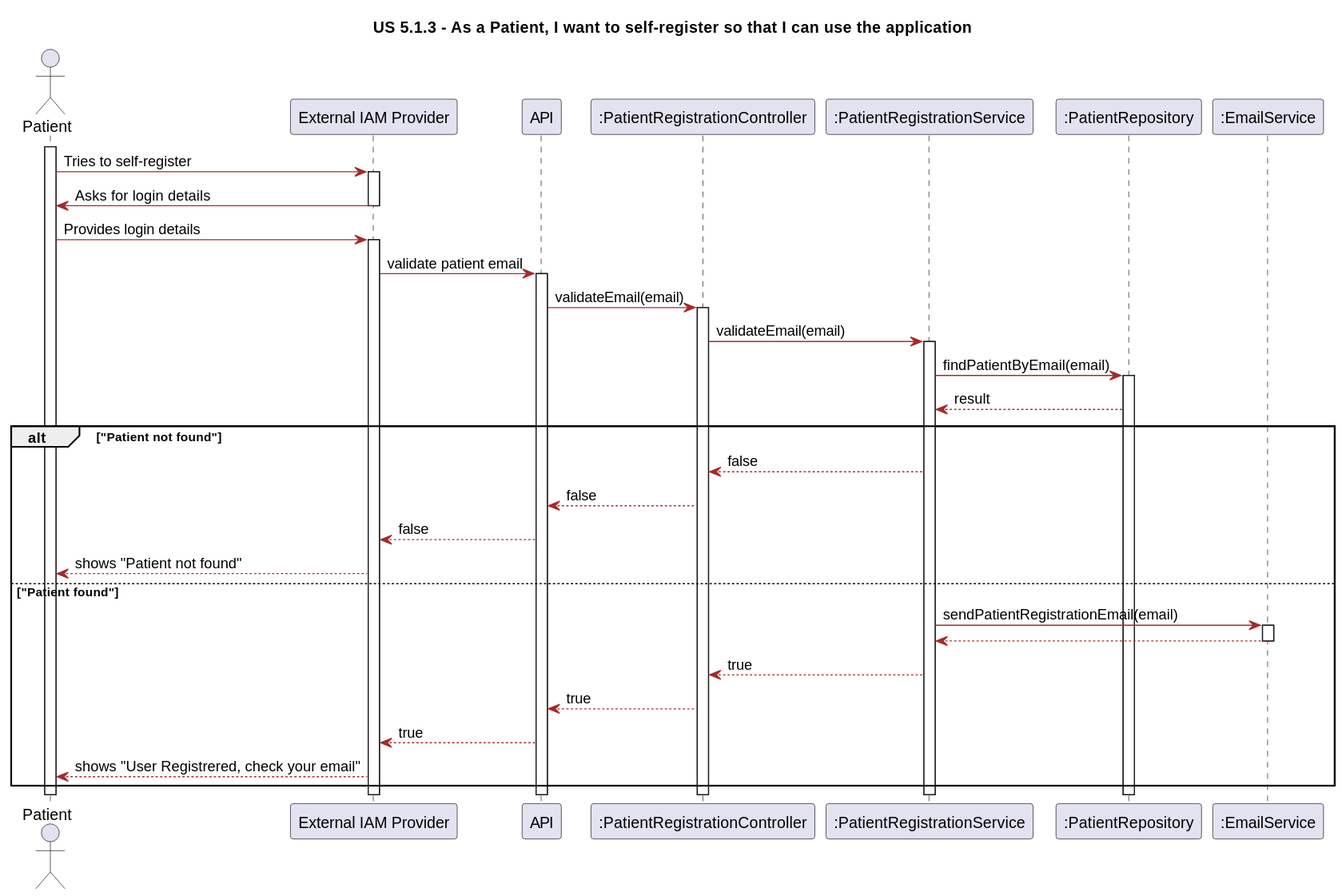
The PlantUML diagram Docs/Sprint1/UserStories/LAPR5/us513/design/svg/sequence-diagram.svg in LAPR5-043/sem_5_24_25_043, before a commit.
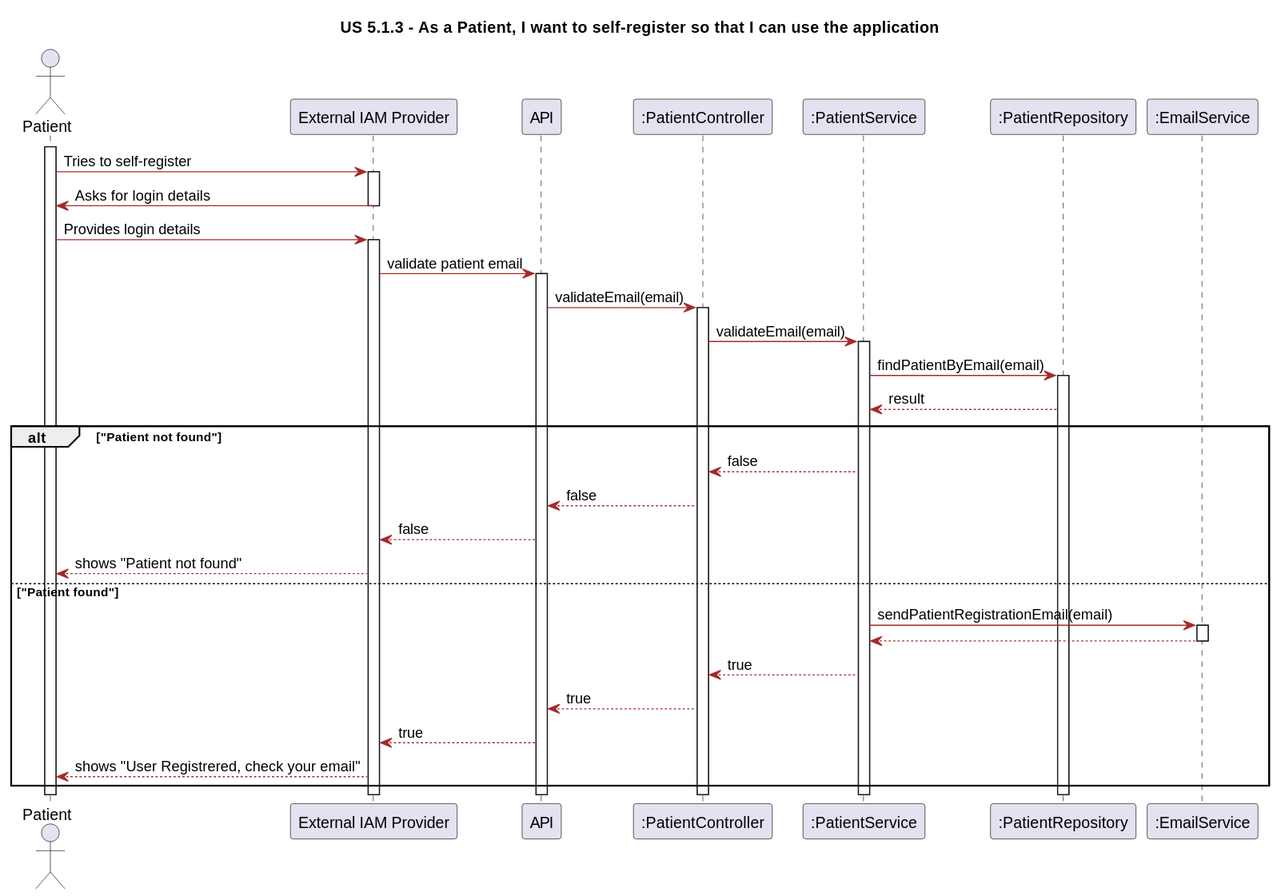
Above is the later version.

The edit, as a diff of the source:
```diff
@@ -25,8 +25,8 @@
 
 participant "External IAM Provider" as IAM
 participant "API" as API
-participant ":PatientRegistrationController" as PRC
-participant ":PatientRegistrationService" as PRS
+participant ":PatientController" as PC
+participant ":PatientService" as PS
 participant ":PatientRepository" as PR
 participant ":EmailService" as ES
 
@@ -48,25 +48,25 @@
 
 activate API
 
-API -> PRC: validateEmail(email)
+API -> PC: validateEmail(email)
 
-activate PRC
+activate PC
 
-PRC -> PRS: validateEmail(email)
+PC -> PS: validateEmail(email)
 
-activate PRS
+activate PS
 
-PRS -> PR: findPatientByEmail(email)
+PS -> PR: findPatientByEmail(email)
 
 activate PR
 
-PR --> PRS: result
+PR --> PS: result
 
 alt "Patient not found"
 
-    PRS --> PRC: false
+    PS --> PC: false
 
-    PRC --> API: false
+    PC --> API: false
 
     API --> IAM: false
 
@@ -74,17 +74,17 @@
 
 else "Patient found"
 
-    PRS -> ES: sendPatientRegistrationEmail(email)
+    PS -> ES: sendPatientRegistrationEmail(email)
 
     activate ES
 
-    ES --> PRS:
+    ES --> PS:
 
     deactivate ES
 
-    PRS --> PRC: true
+    PS --> PC: true
 
-    PRC --> API: true
+    PC --> API: true
 
     API --> IAM: true
 
```
